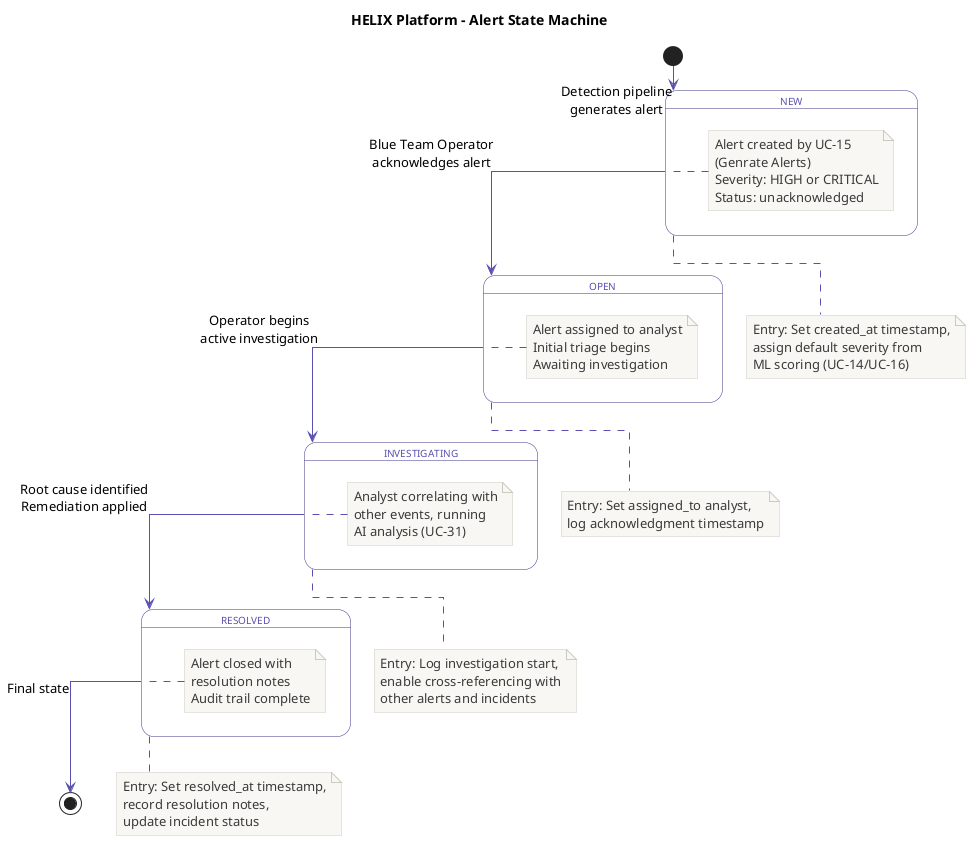
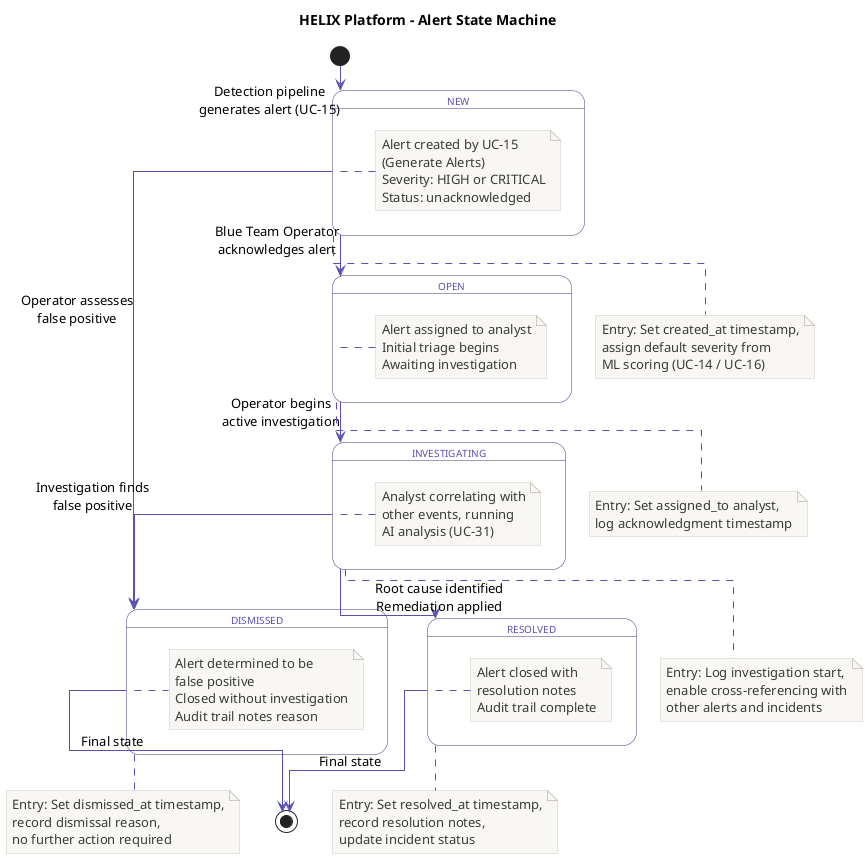
@startuml state_alert
title HELIX Platform – Alert State Machine

skinparam shadowing false
skinparam linetype ortho
skinparam state {
    BackgroundColor #FFFFFF
    BorderColor #3C3489
    FontColor #3C3489
    FontSize 12
    AttributeFontColor #5A50B0
    AttributeFontSize 10
}
skinparam ArrowColor #5A50B0
skinparam NoteBackgroundColor #F8F7F4
skinparam NoteBorderColor #CCCAC0
skinparam NoteFontColor #3A3A38

- [*] --> NEW : Detection pipeline\ngenerates alert
+ [*] --> NEW : Detection pipeline\ngenerates alert (UC-15)

state NEW {
-     note right: Alert created by UC-15\n(Genrate Alerts)\nSeverity: HIGH or CRITICAL\nStatus: unacknowledged
+     note right: Alert created by UC-15\n(Generate Alerts)\nSeverity: HIGH or CRITICAL\nStatus: unacknowledged
}
+ 
+ NEW --> DISMISSED : Operator assesses\nfalse positive
+ 
+ state DISMISSED {
+     note right: Alert determined to be\nfalse positive\nClosed without investigation\nAudit trail notes reason
+ }
+ 
+ DISMISSED --> [*] : Final state

NEW --> OPEN : Blue Team Operator\nacknowledges alert

state OPEN {
    note right: Alert assigned to analyst\nInitial triage begins\nAwaiting investigation
}

OPEN --> INVESTIGATING : Operator begins\nactive investigation

state INVESTIGATING {
    note right: Analyst correlating with\nother events, running\nAI analysis (UC-31)
}

INVESTIGATING --> RESOLVED : Root cause identified\nRemediation applied

+ INVESTIGATING --> DISMISSED : Investigation finds\nfalse positive
+ 
state RESOLVED {
    note right: Alert closed with\nresolution notes\nAudit trail complete
}

RESOLVED --> [*] : Final state

note bottom of NEW
    Entry: Set created_at timestamp,
    assign default severity from
-     ML scoring (UC-14/UC-16)
+     ML scoring (UC-14 / UC-16)
end note

note bottom of OPEN
    Entry: Set assigned_to analyst,
    log acknowledgment timestamp
end note

note bottom of INVESTIGATING
    Entry: Log investigation start,
    enable cross-referencing with
    other alerts and incidents
end note

note bottom of RESOLVED
    Entry: Set resolved_at timestamp,
    record resolution notes,
    update incident status
end note

+ note bottom of DISMISSED
+     Entry: Set dismissed_at timestamp,
+     record dismissal reason,
+     no further action required
+ end note
+ 
@enduml
